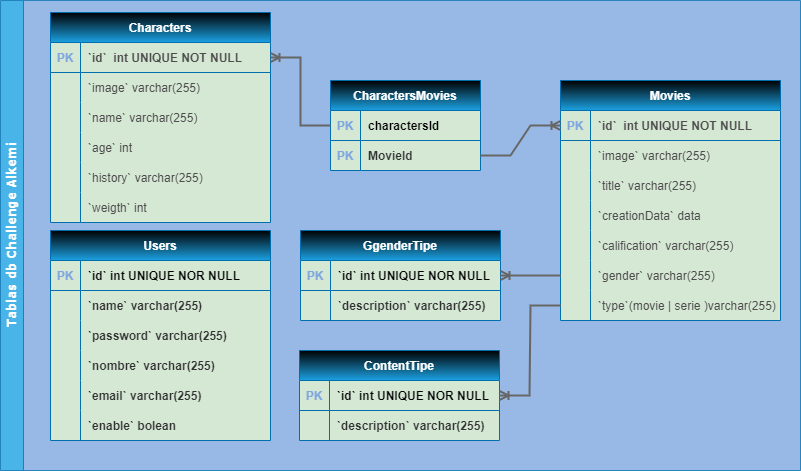
This is db.png from alekusa/Alkemy_Challenge_NodeJs, a draw.io export, as it was before one commit. Source tidied: cells renumbered, new cells last; positions are measured from the earlier drawing's top-left corner, leaving out a move shared by most shapes.
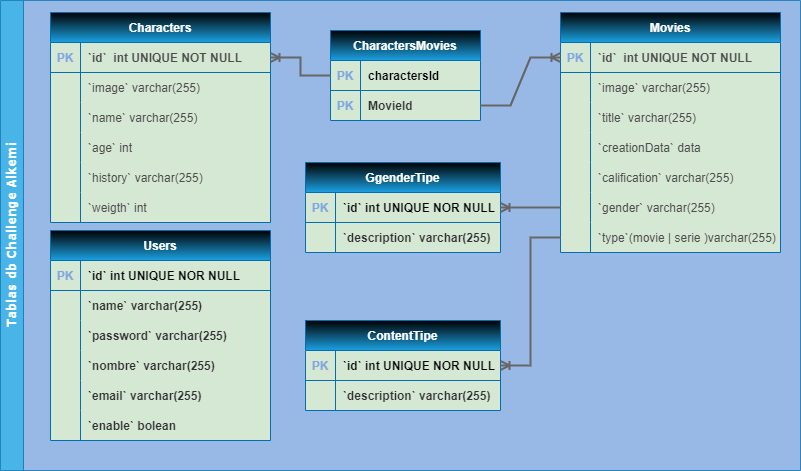
Later version of the same file.

What changed in the source:
```diff
@@ -6,7 +6,7 @@
       <mxGeometry width="800" height="470" as="geometry" />
     </mxCell>
     <mxCell id="3" value="CharactersMovies" style="shape=table;startSize=30;rowLines=0;fontStyle=1;align=center;gradientDirection=north;swimlaneFillColor=#D5E8D4;fontColor=#ffffff;fillColor=#1ba1e2;strokeColor=#006EAF;gradientColor=default;" parent="2" vertex="1">
-      <mxGeometry x="330" y="80" width="150" height="90" as="geometry" />
+      <mxGeometry x="330" y="30" width="150" height="90" as="geometry" />
     </mxCell>
     <mxCell id="4" style="shape=tableRow;horizontal=0;startSize=0;swimlaneHead=0;swimlaneBody=0;fillColor=none;points=[[0,0.5],[1,0.5]];portConstraint=eastwest;strokeColor=inherit;top=0;left=0;right=0;bottom=1;fontColor=#666666;" parent="3" vertex="1">
       <mxGeometry y="30" width="150" height="30" as="geometry" />
@@ -93,7 +93,7 @@
       <mxGeometry relative="1" as="geometry" />
     </mxCell>
     <mxCell id="32" value="Movies" style="shape=table;startSize=30;rowLines=0;fontStyle=1;align=center;swimlaneFillColor=#D5E8D4;fillColor=#1ba1e2;fontColor=#ffffff;gradientDirection=north;strokeColor=#006EAF;gradientColor=default;" parent="2" vertex="1">
-      <mxGeometry x="560" y="80" width="220" height="240" as="geometry" />
+      <mxGeometry x="560" y="12" width="220" height="240" as="geometry" />
     </mxCell>
     <mxCell id="33" style="shape=tableRow;horizontal=0;startSize=0;swimlaneHead=0;swimlaneBody=0;fillColor=none;points=[[0,0.5],[1,0.5]];portConstraint=eastwest;strokeColor=inherit;top=0;left=0;right=0;bottom=1;" parent="32" vertex="1">
       <mxGeometry y="30" width="220" height="30" as="geometry" />
@@ -219,51 +219,51 @@
       <mxGeometry x="30" width="190" height="30" as="geometry" />
     </mxCell>
     <mxCell id="74" value="GgenderTipe" style="shape=table;startSize=30;rowLines=0;fontStyle=1;align=center;gradientDirection=north;swimlaneFillColor=#D5E8D4;fontColor=#ffffff;fillColor=#1ba1e2;strokeColor=#006EAF;gradientColor=default;" parent="2" vertex="1">
-      <mxGeometry x="300" y="230" width="200" height="90" as="geometry" />
+      <mxGeometry x="305" y="162" width="195" height="90" as="geometry" />
     </mxCell>
     <mxCell id="75" style="shape=tableRow;horizontal=0;startSize=0;swimlaneHead=0;swimlaneBody=0;fillColor=none;points=[[0,0.5],[1,0.5]];portConstraint=eastwest;strokeColor=inherit;top=0;left=0;right=0;bottom=1;fontColor=#666666;" parent="74" vertex="1">
-      <mxGeometry y="30" width="200" height="30" as="geometry" />
+      <mxGeometry y="30" width="195" height="30" as="geometry" />
     </mxCell>
     <mxCell id="76" value="PK" style="shape=partialRectangle;overflow=hidden;fillColor=none;strokeColor=inherit;top=0;left=0;bottom=0;right=0;fontStyle=1;fontColor=#7EA6E0;" parent="75" vertex="1">
       <mxGeometry width="30" height="30" as="geometry" />
     </mxCell>
     <mxCell id="77" value="`id` int UNIQUE NOR NULL" style="shape=partialRectangle;overflow=hidden;fillColor=none;align=left;strokeColor=inherit;top=0;left=0;bottom=0;right=0;spacingLeft=6;fontStyle=1;fontColor=#000000;" parent="75" vertex="1">
-      <mxGeometry x="30" width="170" height="30" as="geometry" />
+      <mxGeometry x="30" width="165" height="30" as="geometry" />
     </mxCell>
     <mxCell id="78" style="shape=tableRow;horizontal=0;startSize=0;swimlaneHead=0;swimlaneBody=0;fillColor=none;strokeColor=inherit;top=0;left=0;right=0;bottom=0;fontColor=#666666;" parent="74" vertex="1">
-      <mxGeometry y="60" width="200" height="30" as="geometry" />
+      <mxGeometry y="60" width="195" height="30" as="geometry" />
     </mxCell>
     <mxCell id="79" style="shape=partialRectangle;overflow=hidden;fillColor=none;strokeColor=inherit;top=0;left=0;bottom=0;right=0;fontColor=#7EA6E0;fontStyle=1;" parent="78" vertex="1">
       <mxGeometry width="30" height="30" as="geometry" />
     </mxCell>
     <mxCell id="80" value="`description` varchar(255)" style="shape=partialRectangle;overflow=hidden;fillColor=none;align=left;strokeColor=inherit;top=0;left=0;bottom=0;right=0;spacingLeft=6;fontColor=#333333;fontStyle=1;" parent="78" vertex="1">
-      <mxGeometry x="30" width="170" height="30" as="geometry" />
+      <mxGeometry x="30" width="165" height="30" as="geometry" />
     </mxCell>
     <mxCell id="81" value="ContentTipe" style="shape=table;startSize=30;rowLines=0;fontStyle=1;align=center;gradientDirection=north;swimlaneFillColor=#D5E8D4;fontColor=#ffffff;fillColor=#1ba1e2;strokeColor=#006EAF;gradientColor=default;" parent="2" vertex="1">
-      <mxGeometry x="299" y="350" width="200" height="90" as="geometry" />
+      <mxGeometry x="305" y="320" width="195" height="90" as="geometry" />
     </mxCell>
     <mxCell id="82" style="shape=tableRow;horizontal=0;startSize=0;swimlaneHead=0;swimlaneBody=0;fillColor=none;points=[[0,0.5],[1,0.5]];portConstraint=eastwest;strokeColor=inherit;top=0;left=0;right=0;bottom=1;fontColor=#666666;" parent="81" vertex="1">
-      <mxGeometry y="30" width="200" height="30" as="geometry" />
+      <mxGeometry y="30" width="195" height="30" as="geometry" />
     </mxCell>
     <mxCell id="83" value="PK" style="shape=partialRectangle;overflow=hidden;fillColor=none;strokeColor=inherit;top=0;left=0;bottom=0;right=0;fontStyle=1;fontColor=#7EA6E0;" parent="82" vertex="1">
       <mxGeometry width="30" height="30" as="geometry" />
     </mxCell>
     <mxCell id="84" value="`id` int UNIQUE NOR NULL" style="shape=partialRectangle;overflow=hidden;fillColor=none;align=left;strokeColor=inherit;top=0;left=0;bottom=0;right=0;spacingLeft=6;fontStyle=1;fontColor=#000000;" parent="82" vertex="1">
-      <mxGeometry x="30" width="170" height="30" as="geometry" />
+      <mxGeometry x="30" width="165" height="30" as="geometry" />
     </mxCell>
     <mxCell id="85" style="shape=tableRow;horizontal=0;startSize=0;swimlaneHead=0;swimlaneBody=0;fillColor=none;strokeColor=inherit;top=0;left=0;right=0;bottom=0;fontColor=#666666;" parent="81" vertex="1">
-      <mxGeometry y="60" width="200" height="30" as="geometry" />
+      <mxGeometry y="60" width="195" height="30" as="geometry" />
     </mxCell>
     <mxCell id="86" style="shape=partialRectangle;overflow=hidden;fillColor=none;strokeColor=inherit;top=0;left=0;bottom=0;right=0;fontColor=#7EA6E0;fontStyle=1;" parent="85" vertex="1">
       <mxGeometry width="30" height="30" as="geometry" />
     </mxCell>
     <mxCell id="87" value="`description` varchar(255)" style="shape=partialRectangle;overflow=hidden;fillColor=none;align=left;strokeColor=inherit;top=0;left=0;bottom=0;right=0;spacingLeft=6;fontColor=#333333;fontStyle=1;" parent="85" vertex="1">
-      <mxGeometry x="30" width="170" height="30" as="geometry" />
+      <mxGeometry x="30" width="165" height="30" as="geometry" />
     </mxCell>
     <mxCell id="88" style="edgeStyle=entityRelationEdgeStyle;fontSize=12;html=1;endArrow=ERoneToMany;rounded=0;exitX=0;exitY=0.5;exitDx=0;exitDy=0;entryX=1;entryY=0.5;entryDx=0;entryDy=0;strokeWidth=2;strokeColor=#666666;" parent="2" edge="1" source="48" target="75">
       <mxGeometry relative="1" as="geometry" />
     </mxCell>
-    <mxCell id="89" style="edgeStyle=entityRelationEdgeStyle;fontSize=12;html=1;endArrow=ERoneToMany;rounded=0;exitX=0;exitY=0.5;exitDx=0;exitDy=0;entryX=1;entryY=0.5;entryDx=0;entryDy=0;strokeWidth=2;strokeColor=#666666;" parent="2" edge="1" source="51" target="82">
+    <mxCell id="89" style="edgeStyle=entityRelationEdgeStyle;fontSize=12;html=1;endArrow=ERoneToMany;rounded=0;entryX=1;entryY=0.5;entryDx=0;entryDy=0;strokeWidth=2;strokeColor=#666666;" parent="2" edge="1" source="51" target="82">
       <mxGeometry relative="1" as="geometry" />
     </mxCell>
   </root>
```
